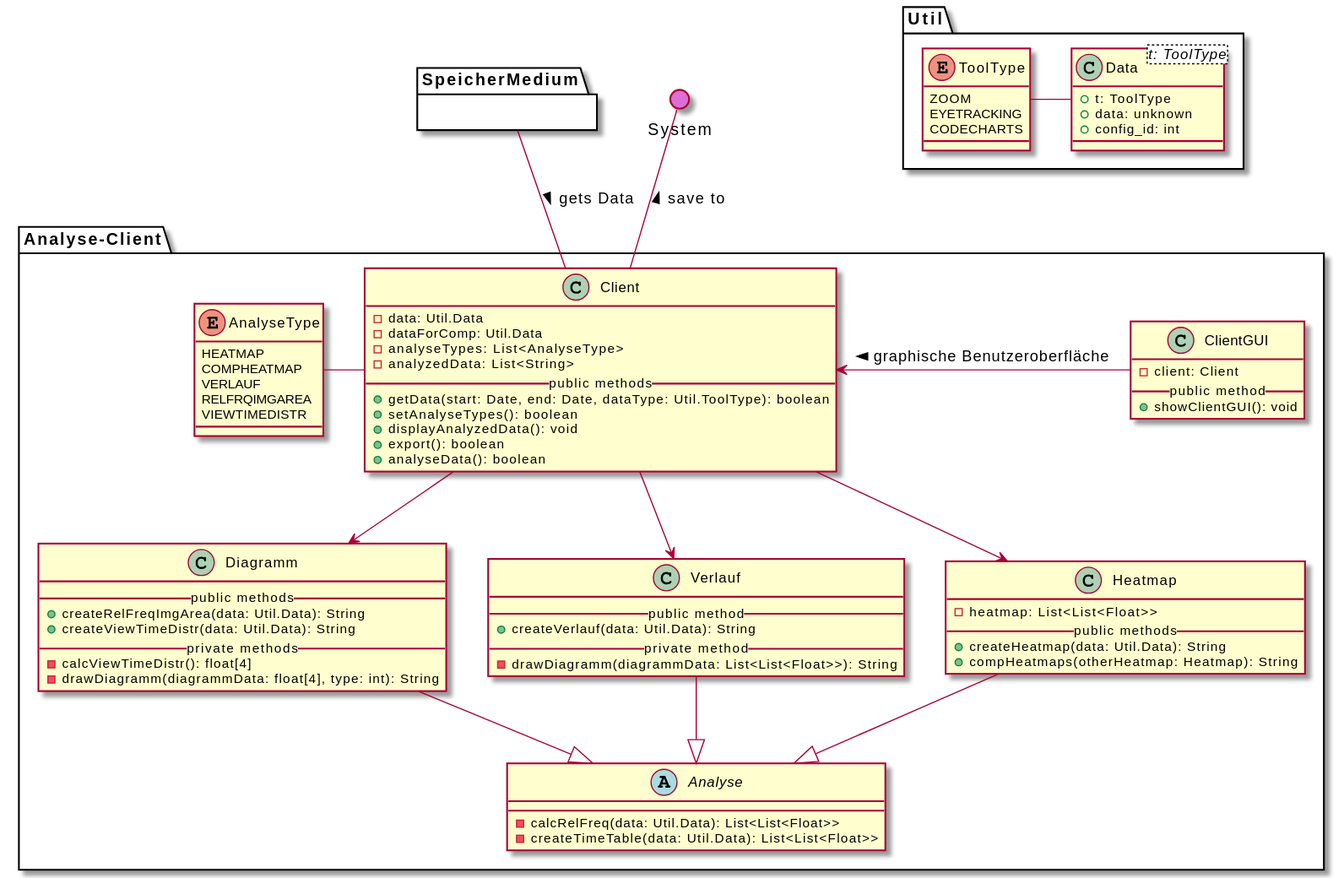
weichware10/meilensteine keeps this PlantUML diagram as meilenstein_03/uml-analyse-client/analyseclient.svg. Above is the earlier version.
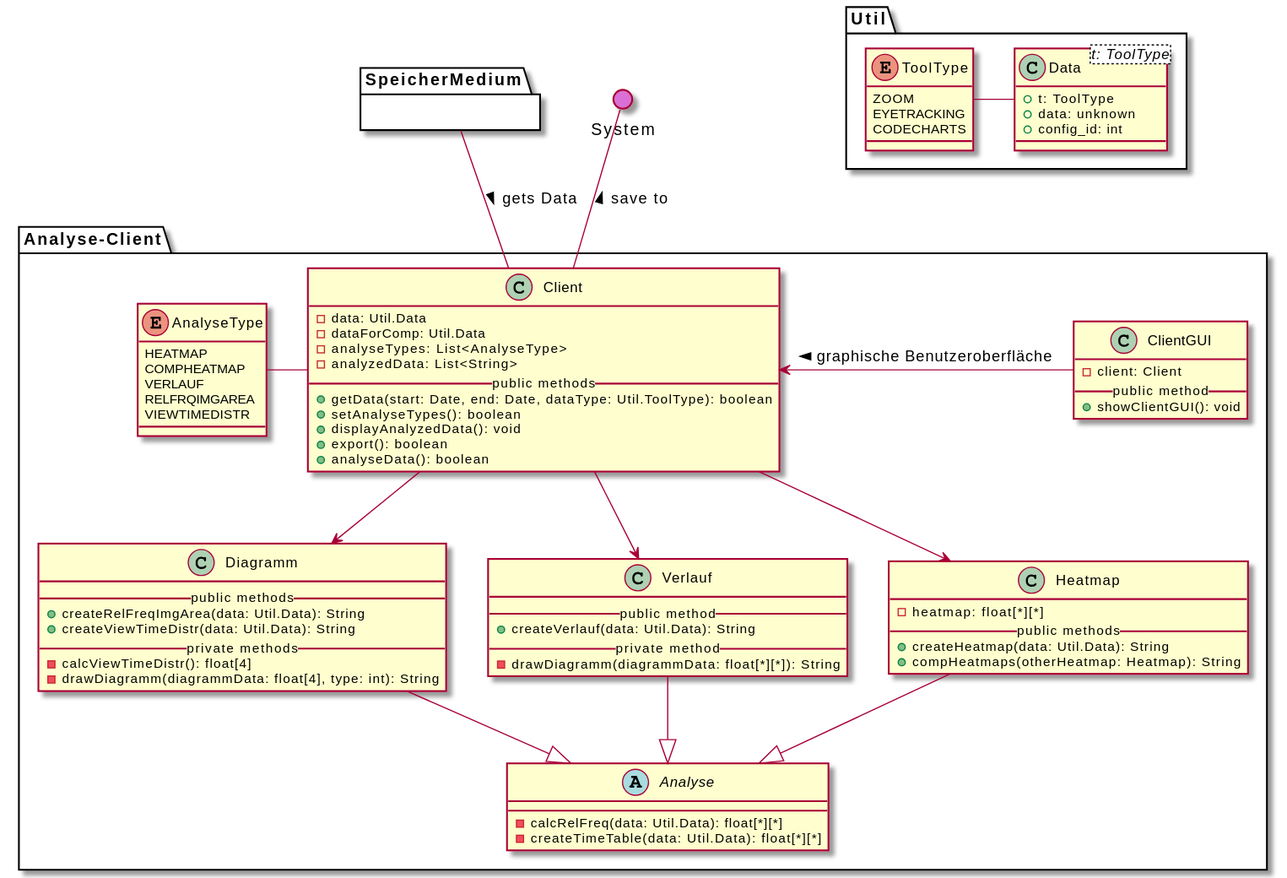
Later version of the same file.

Commit message:
Render PlantUML SVGs

Change to the diagram source:
```diff
@@ -15,12 +15,12 @@
     }
 
     abstract Analyse {
-        - calcRelFreq(data: Util.Data): List<List<Float>>
-        - createTimeTable(data: Util.Data): List<List<Float>>
+        - calcRelFreq(data: Util.Data): float[*][*]
+        - createTimeTable(data: Util.Data): float[*][*]
     }
 
     class Heatmap {
-        - heatmap: List<List<Float>>
+        - heatmap: float[*][*]
         __public methods__
         + createHeatmap(data: Util.Data): String
         + compHeatmaps(otherHeatmap: Heatmap): String
@@ -30,7 +30,7 @@
         __public method__
         + createVerlauf(data: Util.Data): String
         __private method__
-        - drawDiagramm(diagrammData: List<List<Float>>): String
+        - drawDiagramm(diagrammData: float[*][*]): String
     }
 
     class Diagramm {
```
